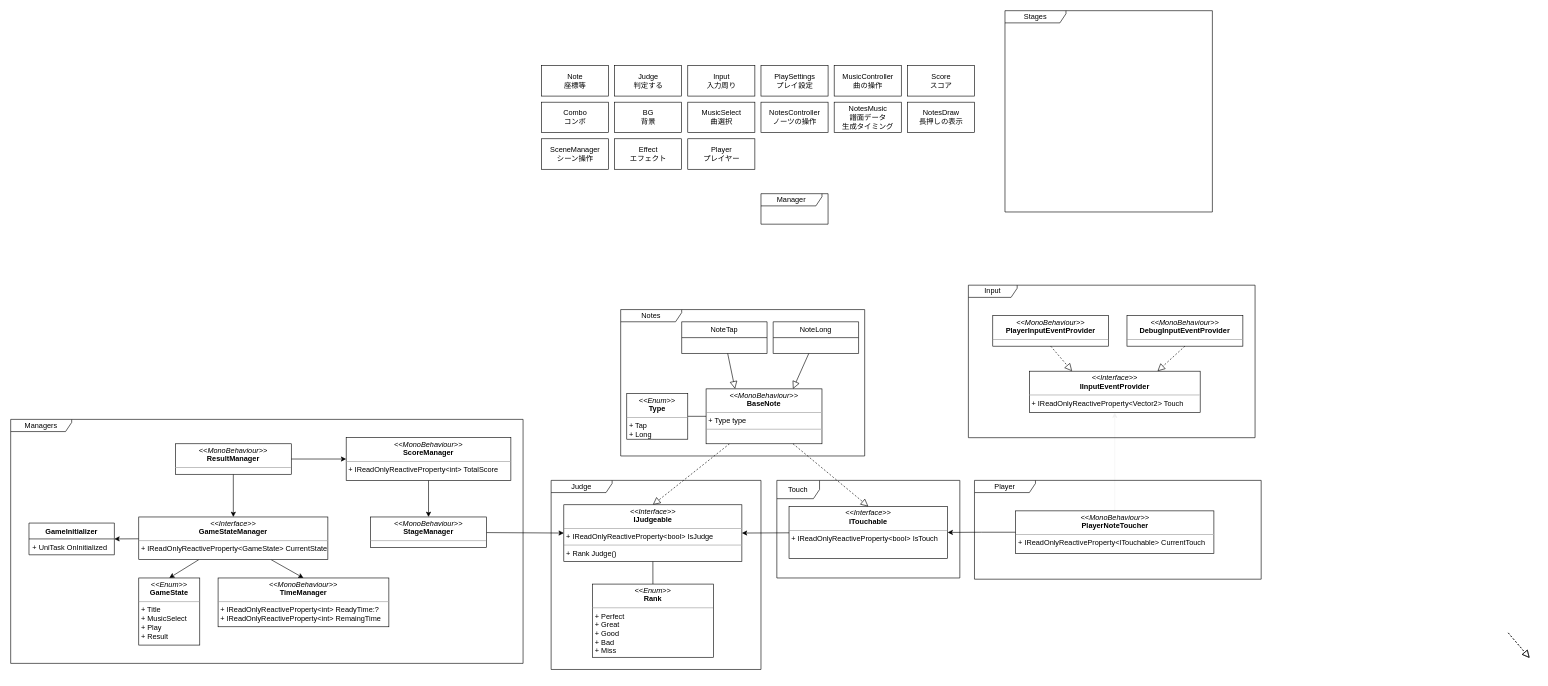
eorfeorf/Ringtone keeps this draw.io diagram as Assets/Ringtone/Documents~/Ringtone.drawio. Above is the earlier version. Source tidied: cells renumbered, new cells numbered last; positions are measured from the earlier drawing's top-left corner, leaving out a move shared by most shapes. Both pictures are drawn from the tidied source at 61%, with x=0, y=0 at pixel (10, 10).
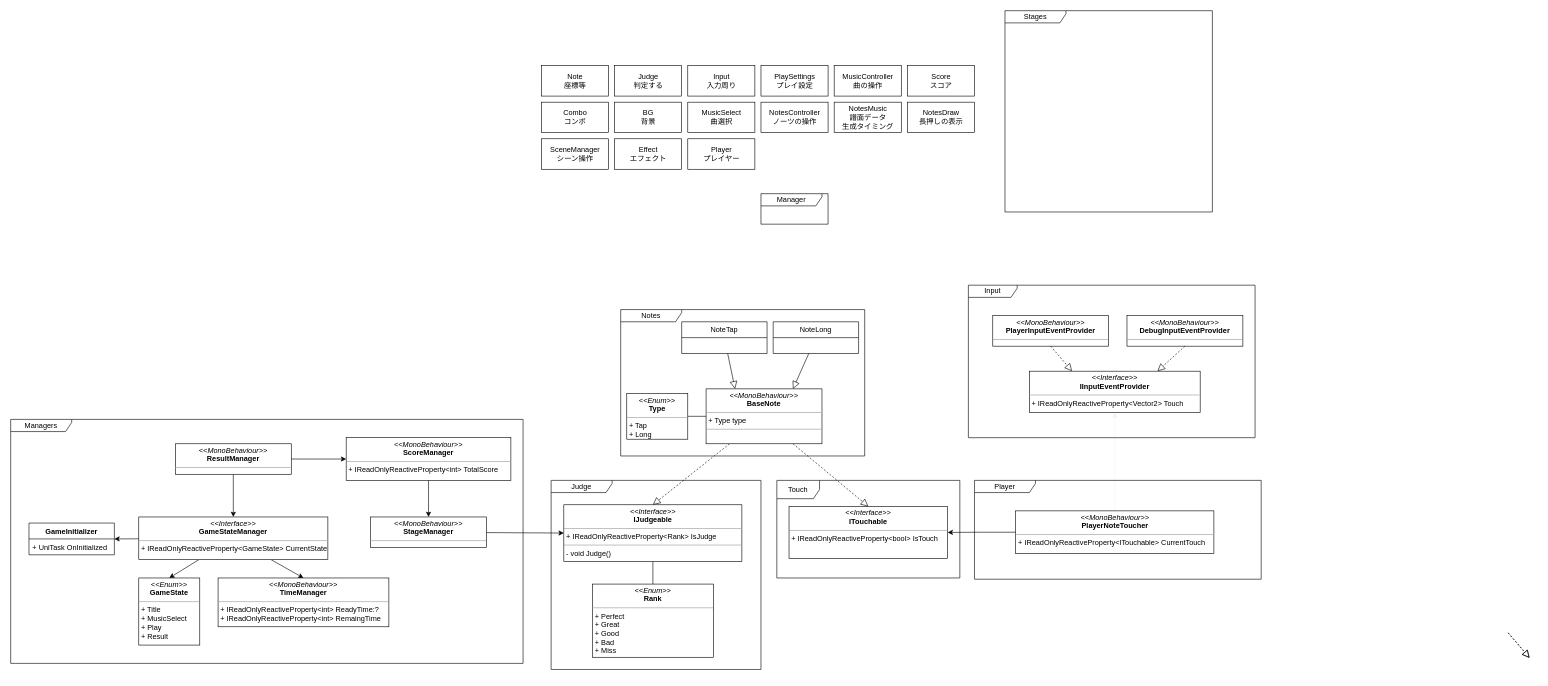
The same diagram, later.

The change refers to these unchanged cells:
```xml
<mxCell id="24" style="group;" parent="23" vertex="1">
  <mxGeometry width="344" height="320" as="geometry" />
</mxCell>
<mxCell id="49" value="&lt;p style=&quot;margin: 0px ; margin-top: 4px ; text-align: center&quot;&gt;&lt;i&gt;&amp;lt;&amp;lt;Interface&amp;gt;&amp;gt;&lt;/i&gt;&lt;br&gt;&lt;b&gt;ITouchable&lt;/b&gt;&lt;/p&gt;&lt;hr size=&quot;1&quot;&gt;&lt;p style=&quot;margin: 0px ; margin-left: 4px&quot;&gt;+ IReadOnlyReactiveProperty&amp;lt;bool&amp;gt; IsTouch&lt;br&gt;&lt;/p&gt;" style="verticalAlign=top;align=left;overflow=fill;fontSize=12;fontFamily=Helvetica;html=1;" parent="47" vertex="1">
  <mxGeometry x="20" y="42.7" width="260" height="85.3" as="geometry" />
</mxCell>
```

What changed in the source:
```diff
@@
-    <mxCell id="27" value="&lt;p style=&quot;margin: 0px ; margin-top: 4px ; text-align: center&quot;&gt;&lt;i&gt;&amp;lt;&amp;lt;Interface&amp;gt;&amp;gt;&lt;/i&gt;&lt;br&gt;&lt;b&gt;IJudgeable&lt;/b&gt;&lt;/p&gt;&lt;hr size=&quot;1&quot;&gt;&lt;p style=&quot;margin: 0px ; margin-left: 4px&quot;&gt;+ IReadOnlyReactiveProperty&amp;lt;bool&amp;gt; IsJudge&lt;/p&gt;&lt;hr size=&quot;1&quot;&gt;&lt;p style=&quot;margin: 0px ; margin-left: 4px&quot;&gt;+ Rank Judge()&lt;/p&gt;" style="verticalAlign=top;align=left;overflow=fill;fontSize=12;fontFamily=Helvetica;html=1;" parent="24" vertex="1">
+    <mxCell id="27" value="&lt;p style=&quot;margin: 0px ; margin-top: 4px ; text-align: center&quot;&gt;&lt;i&gt;&amp;lt;&amp;lt;Interface&amp;gt;&amp;gt;&lt;/i&gt;&lt;br&gt;&lt;b&gt;IJudgeable&lt;/b&gt;&lt;/p&gt;&lt;hr size=&quot;1&quot;&gt;&lt;p style=&quot;margin: 0px ; margin-left: 4px&quot;&gt;+ IReadOnlyReactiveProperty&amp;lt;Rank&amp;gt; IsJudge&lt;/p&gt;&lt;hr size=&quot;1&quot;&gt;&lt;p style=&quot;margin: 0px ; margin-left: 4px&quot;&gt;- void Judge()&lt;/p&gt;" style="verticalAlign=top;align=left;overflow=fill;fontSize=12;fontFamily=Helvetica;html=1;" parent="24" vertex="1">
       <mxGeometry x="20.8" y="40" width="291.9" height="92.7" as="geometry" />
     </mxCell>
@@
-    <mxCell id="50" style="rounded=0;jettySize=auto;html=1;entryX=1;entryY=0.5;entryDx=0;entryDy=0;" parent="1" edge="1" source="49" target="27">
-      <mxGeometry relative="1" as="geometry" />
-    </mxCell>
```
